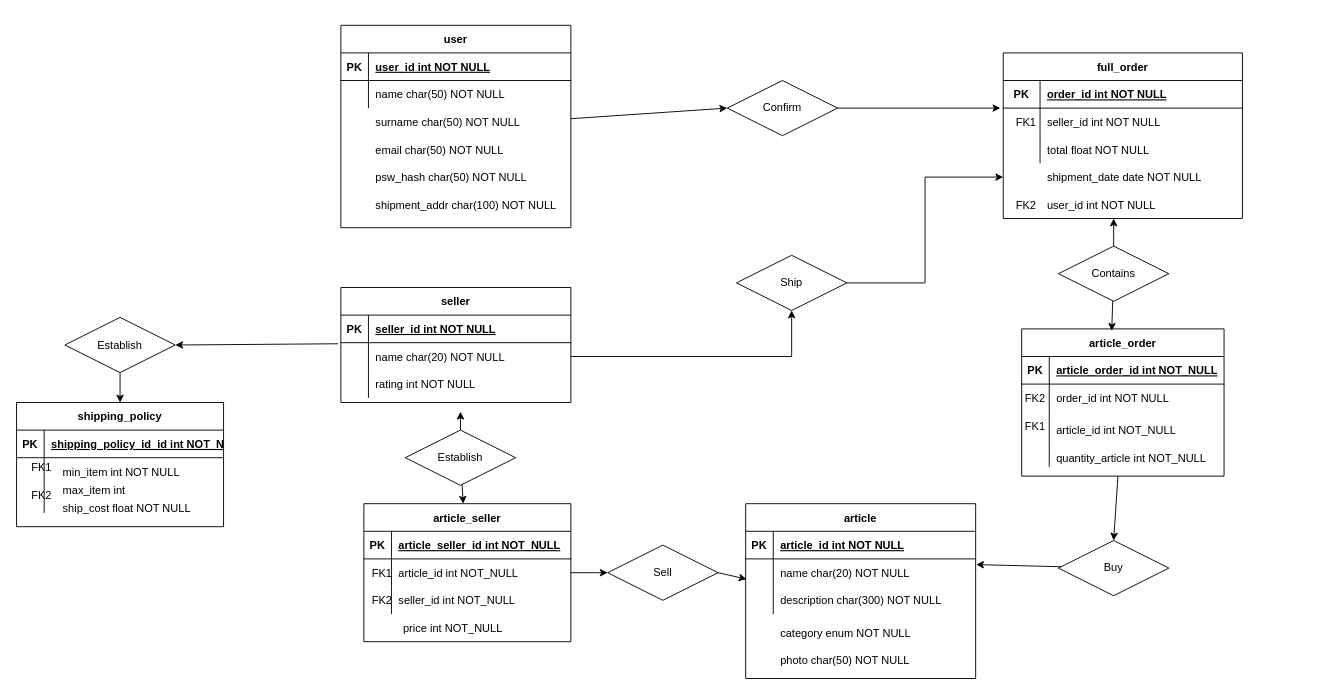
Above: Untitled Diagram.drawio in fedy97/TIW_HTML-2020-2021 (draw.io), before the change. Source tidied: cells renumbered, new cells numbered last; positions are measured from the earlier drawing's top-left corner, leaving out a move shared by most shapes. Both pictures are drawn from the tidied source at 92%, with x=0, y=0 at pixel (17, 25).
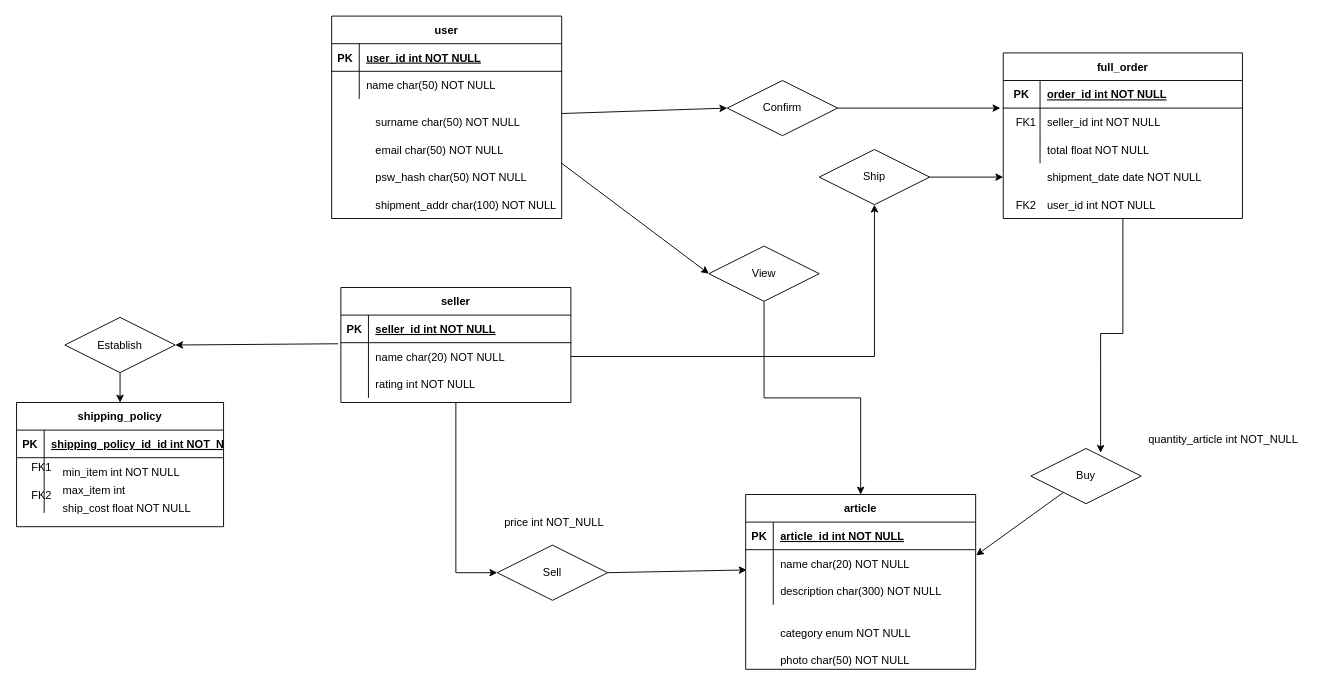
The same diagram, later.

Unchanged cells that the change refers to:
```xml
<mxCell id="2" value="full_order" style="shape=table;startSize=30;childLayout=tableLayout;rowLines=0;fontStyle=1;align=center;" parent="1" vertex="1">
  <mxGeometry x="1072" y="30" width="260" height="180" as="geometry" />
</mxCell>
<mxCell id="32" value="seller" style="shape=table;startSize=30;childLayout=tableLayout;rowLines=0;fontStyle=1;align=center;" parent="1" vertex="1">
  <mxGeometry x="352" y="285" width="250" height="125" as="geometry" />
</mxCell>
```

Diff of the diagram source:
```diff
@@
+    <mxCell id="114" style="edgeStyle=orthogonalEdgeStyle;rounded=0;jettySize=auto;html=1;entryX=0.632;entryY=0.077;entryDx=0;entryDy=0;entryPerimeter=0;" parent="1" edge="1" source="2" target="75">
+      <mxGeometry relative="1" as="geometry" />
+    </mxCell>
@@
     <mxCell id="12" value="article" style="shape=table;startSize=30;childLayout=tableLayout;rowLines=0;fontStyle=1;align=center;" parent="1" vertex="1">
-      <mxGeometry x="792" y="520" width="250" height="190" as="geometry" />
+      <mxGeometry x="792" y="510" width="250" height="190" as="geometry" />
     </mxCell>
@@
     <mxCell id="23" value="user" style="shape=table;startSize=30;childLayout=tableLayout;rowLines=0;fontStyle=1;align=center;" parent="1" vertex="1">
-      <mxGeometry x="352" width="250" height="220" as="geometry" />
+      <mxGeometry x="342" y="-10" width="250" height="220" as="geometry" />
     </mxCell>
@@
+    <mxCell id="115" style="edgeStyle=orthogonalEdgeStyle;rounded=0;jettySize=auto;html=1;" parent="1" edge="1" source="32" target="77">
+      <mxGeometry relative="1" as="geometry">
+        <Array as="points">
+          <mxPoint x="477" y="595" />
+        </Array>
+      </mxGeometry>
+    </mxCell>
@@
-    <mxCell id="48" style="edgeStyle=none;rounded=0;jettySize=auto;html=1;entryX=0.5;entryY=0;entryDx=0;entryDy=0;" parent="1" edge="1" source="49" target="75">
-      <mxGeometry relative="1" as="geometry" />
-    </mxCell>
-    <mxCell id="49" value="article_order" style="shape=table;startSize=30;childLayout=tableLayout;rowLines=0;fontStyle=1;align=center;" parent="1" vertex="1">
-      <mxGeometry x="1092" y="330" width="220" height="160" as="geometry" />
-    </mxCell>
-    <mxCell id="50" style="shape=partialRectangle;fillColor=none;top=0;left=0;bottom=1;right=0;" parent="49" vertex="1">
-      <mxGeometry y="30" width="220" height="30" as="geometry" />
-    </mxCell>
-    <mxCell id="51" value="PK" style="shape=partialRectangle;fillColor=none;top=0;left=0;bottom=0;right=0;fontStyle=1;overflow=hidden;" parent="50" vertex="1">
-      <mxGeometry width="30" height="30" as="geometry" />
-    </mxCell>
-    <mxCell id="52" value="article_order_id int NOT_NULL" style="shape=partialRectangle;fillColor=none;top=0;left=0;bottom=0;right=0;align=left;spacingLeft=6;fontStyle=5;overflow=hidden;" parent="50" vertex="1">
-      <mxGeometry x="30" width="190" height="30" as="geometry" />
-    </mxCell>
-    <mxCell id="53" style="shape=partialRectangle;fillColor=none;top=0;left=0;bottom=0;right=0;" parent="49" vertex="1">
-      <mxGeometry y="60" width="220" height="30" as="geometry" />
-    </mxCell>
-    <mxCell id="54" style="shape=partialRectangle;fillColor=none;top=0;left=0;bottom=0;right=0;overflow=hidden;" parent="53" vertex="1">
-      <mxGeometry width="30" height="30" as="geometry" />
-    </mxCell>
-    <mxCell id="55" value="order_id int NOT NULL" style="shape=partialRectangle;fillColor=none;top=0;left=0;bottom=0;right=0;align=left;spacingLeft=6;overflow=hidden;" parent="53" vertex="1">
-      <mxGeometry x="30" width="190" height="30" as="geometry" />
-    </mxCell>
-    <mxCell id="56" style="shape=partialRectangle;fillColor=none;top=0;left=0;bottom=0;right=0;" parent="49" vertex="1">
-      <mxGeometry y="90" width="220" height="40" as="geometry" />
-    </mxCell>
-    <mxCell id="57" style="shape=partialRectangle;fillColor=none;top=0;left=0;bottom=0;right=0;overflow=hidden;" parent="56" vertex="1">
-      <mxGeometry width="30" height="40" as="geometry" />
-    </mxCell>
-    <mxCell id="58" value="article_id int NOT_NULL" style="shape=partialRectangle;fillColor=none;top=0;left=0;bottom=0;right=0;align=left;spacingLeft=6;overflow=hidden;" parent="56" vertex="1">
-      <mxGeometry x="30" width="190" height="40" as="geometry" />
-    </mxCell>
-    <mxCell id="59" style="shape=partialRectangle;fillColor=none;top=0;left=0;bottom=0;right=0;" parent="49" vertex="1">
-      <mxGeometry y="130" width="220" height="20" as="geometry" />
-    </mxCell>
-    <mxCell id="60" style="shape=partialRectangle;fillColor=none;top=0;left=0;bottom=0;right=0;overflow=hidden;" parent="59" vertex="1">
-      <mxGeometry width="30" height="20" as="geometry" />
-    </mxCell>
-    <mxCell id="61" style="shape=partialRectangle;fillColor=none;top=0;left=0;bottom=0;right=0;align=left;spacingLeft=6;overflow=hidden;" parent="59" vertex="1">
-      <mxGeometry x="30" width="190" height="20" as="geometry" />
-    </mxCell>
-    <mxCell id="62" value="FK1" style="shape=partialRectangle;overflow=hidden;fillColor=none;top=0;left=0;bottom=0;right=0;" parent="1" vertex="1">
-      <mxGeometry x="1092" y="420" width="30" height="30" as="geometry" />
-    </mxCell>
-    <mxCell id="63" style="edgeStyle=none;rounded=0;jettySize=auto;html=1;entryX=0;entryY=0.5;entryDx=0;entryDy=0;" parent="1" edge="1" source="64" target="77">
-      <mxGeometry relative="1" as="geometry" />
-    </mxCell>
-    <mxCell id="64" value="article_seller" style="shape=table;startSize=30;childLayout=tableLayout;rowLines=0;fontStyle=1;align=center;" parent="1" vertex="1">
-      <mxGeometry x="377" y="520" width="225" height="150" as="geometry" />
-    </mxCell>
-    <mxCell id="65" style="shape=partialRectangle;fillColor=none;top=0;left=0;bottom=1;right=0;" parent="64" vertex="1">
-      <mxGeometry y="30" width="225" height="30" as="geometry" />
-    </mxCell>
-    <mxCell id="66" value="PK" style="shape=partialRectangle;fillColor=none;top=0;left=0;bottom=0;right=0;fontStyle=1;overflow=hidden;" parent="65" vertex="1">
-      <mxGeometry width="30" height="30" as="geometry" />
-    </mxCell>
-    <mxCell id="67" value="article_seller_id int NOT_NULL" style="shape=partialRectangle;fillColor=none;top=0;left=0;bottom=0;right=0;align=left;spacingLeft=6;fontStyle=5;overflow=hidden;" parent="65" vertex="1">
-      <mxGeometry x="30" width="195" height="30" as="geometry" />
-    </mxCell>
-    <mxCell id="68" style="shape=partialRectangle;fillColor=none;top=0;left=0;bottom=0;right=0;" parent="64" vertex="1">
-      <mxGeometry y="60" width="225" height="30" as="geometry" />
-    </mxCell>
-    <mxCell id="69" style="shape=partialRectangle;fillColor=none;top=0;left=0;bottom=0;right=0;overflow=hidden;" parent="68" vertex="1">
-      <mxGeometry width="30" height="30" as="geometry" />
-    </mxCell>
-    <mxCell id="70" value="article_id int NOT_NULL" style="shape=partialRectangle;fillColor=none;top=0;left=0;bottom=0;right=0;align=left;spacingLeft=6;overflow=hidden;" parent="68" vertex="1">
-      <mxGeometry x="30" width="195" height="30" as="geometry" />
-    </mxCell>
-    <mxCell id="71" style="shape=partialRectangle;fillColor=none;top=0;left=0;bottom=0;right=0;" parent="64" vertex="1">
-      <mxGeometry y="90" width="225" height="30" as="geometry" />
-    </mxCell>
-    <mxCell id="72" style="shape=partialRectangle;fillColor=none;top=0;left=0;bottom=0;right=0;overflow=hidden;" parent="71" vertex="1">
-      <mxGeometry width="30" height="30" as="geometry" />
-    </mxCell>
-    <mxCell id="73" value="seller_id int NOT_NULL" style="shape=partialRectangle;fillColor=none;top=0;left=0;bottom=0;right=0;align=left;spacingLeft=6;overflow=hidden;" parent="71" vertex="1">
-      <mxGeometry x="30" width="195" height="30" as="geometry" />
-    </mxCell>
@@
     <mxCell id="75" value="Buy" style="shape=rhombus;perimeter=rhombusPerimeter;whiteSpace=wrap;html=1;align=center;" parent="1" vertex="1">
-      <mxGeometry x="1132" y="560" width="120" height="60" as="geometry" />
+      <mxGeometry x="1102" y="460" width="120" height="60" as="geometry" />
     </mxCell>
@@
     <mxCell id="77" value="Sell" style="shape=rhombus;perimeter=rhombusPerimeter;whiteSpace=wrap;html=1;align=center;" parent="1" vertex="1">
-      <mxGeometry x="642" y="565" width="120" height="60" as="geometry" />
+      <mxGeometry x="522" y="565" width="120" height="60" as="geometry" />
     </mxCell>
-    <mxCell id="78" style="edgeStyle=none;rounded=0;jettySize=auto;html=1;" parent="1" edge="1" source="80" target="64">
-      <mxGeometry relative="1" as="geometry" />
-    </mxCell>
-    <mxCell id="79" style="edgeStyle=none;rounded=0;jettySize=auto;html=1;exitX=0.5;exitY=0;exitDx=0;exitDy=0;" parent="1" edge="1" source="80">
-      <mxGeometry relative="1" as="geometry">
-        <mxPoint x="482" y="420" as="targetPoint" />
-      </mxGeometry>
-    </mxCell>
-    <mxCell id="80" value="Establish" style="shape=rhombus;perimeter=rhombusPerimeter;whiteSpace=wrap;html=1;align=center;" parent="1" vertex="1">
-      <mxGeometry x="422" y="440" width="120" height="60" as="geometry" />
-    </mxCell>
-    <mxCell id="81" style="edgeStyle=none;rounded=0;jettySize=auto;html=1;" parent="1" edge="1" source="83">
-      <mxGeometry relative="1" as="geometry">
-        <mxPoint x="1192" y="210" as="targetPoint" />
-      </mxGeometry>
-    </mxCell>
-    <mxCell id="82" style="edgeStyle=none;rounded=0;jettySize=auto;html=1;entryX=0.445;entryY=0.013;entryDx=0;entryDy=0;entryPerimeter=0;" parent="1" edge="1" source="83" target="49">
-      <mxGeometry relative="1" as="geometry" />
-    </mxCell>
-    <mxCell id="83" value="Contains" style="shape=rhombus;perimeter=rhombusPerimeter;whiteSpace=wrap;html=1;align=center;" parent="1" vertex="1">
-      <mxGeometry x="1132" y="240" width="120" height="60" as="geometry" />
-    </mxCell>
@@
     <mxCell id="88" value="price int NOT_NULL" style="shape=partialRectangle;fillColor=none;top=0;left=0;bottom=0;right=0;align=left;spacingLeft=6;overflow=hidden;" parent="1" vertex="1">
-      <mxGeometry x="412" y="645" width="195" height="20" as="geometry" />
+      <mxGeometry x="522" y="530" width="195" height="20" as="geometry" />
     </mxCell>
     <mxCell id="89" value="quantity_article int NOT_NULL" style="shape=partialRectangle;fillColor=none;top=0;left=0;bottom=0;right=0;align=left;spacingLeft=6;overflow=hidden;" parent="1" vertex="1">
-      <mxGeometry x="1122" y="450" width="190" height="40" as="geometry" />
+      <mxGeometry x="1222" y="430" width="190" height="40" as="geometry" />
     </mxCell>
-    <mxCell id="90" value="FK1" style="shape=partialRectangle;overflow=hidden;fillColor=none;top=0;left=0;bottom=0;right=0;" parent="1" vertex="1">
-      <mxGeometry x="382" y="580" width="30" height="30" as="geometry" />
-    </mxCell>
@@
     <mxCell id="92" value="Ship" style="shape=rhombus;perimeter=rhombusPerimeter;whiteSpace=wrap;html=1;align=center;" parent="1" vertex="1">
-      <mxGeometry x="782" y="250" width="120" height="60" as="geometry" />
+      <mxGeometry x="872" y="135" width="120" height="60" as="geometry" />
     </mxCell>
@@
-    <mxCell id="94" value="FK2" style="shape=partialRectangle;overflow=hidden;fillColor=none;top=0;left=0;bottom=0;right=0;" parent="1" vertex="1">
-      <mxGeometry x="382" y="610" width="30" height="30" as="geometry" />
-    </mxCell>
-    <mxCell id="95" value="FK2" style="shape=partialRectangle;overflow=hidden;fillColor=none;top=0;left=0;bottom=0;right=0;" parent="1" vertex="1">
-      <mxGeometry x="1092" y="390" width="30" height="30" as="geometry" />
-    </mxCell>
@@
+    <mxCell id="116" style="edgeStyle=orthogonalEdgeStyle;rounded=0;jettySize=auto;html=1;" parent="1" edge="1" source="117" target="12">
+      <mxGeometry relative="1" as="geometry" />
+    </mxCell>
+    <mxCell id="117" value="View" style="shape=rhombus;perimeter=rhombusPerimeter;whiteSpace=wrap;html=1;align=center;strokeColor=#000000;" parent="1" vertex="1">
+      <mxGeometry x="752" y="240" width="120" height="60" as="geometry" />
+    </mxCell>
+    <mxCell id="118" style="endArrow=classic;html=1;entryX=0;entryY=0.5;entryDx=0;entryDy=0;" parent="1" edge="1" target="117">
+      <mxGeometry relative="1" as="geometry">
+        <mxPoint x="592" y="150" as="sourcePoint" />
+      </mxGeometry>
+    </mxCell>
```
